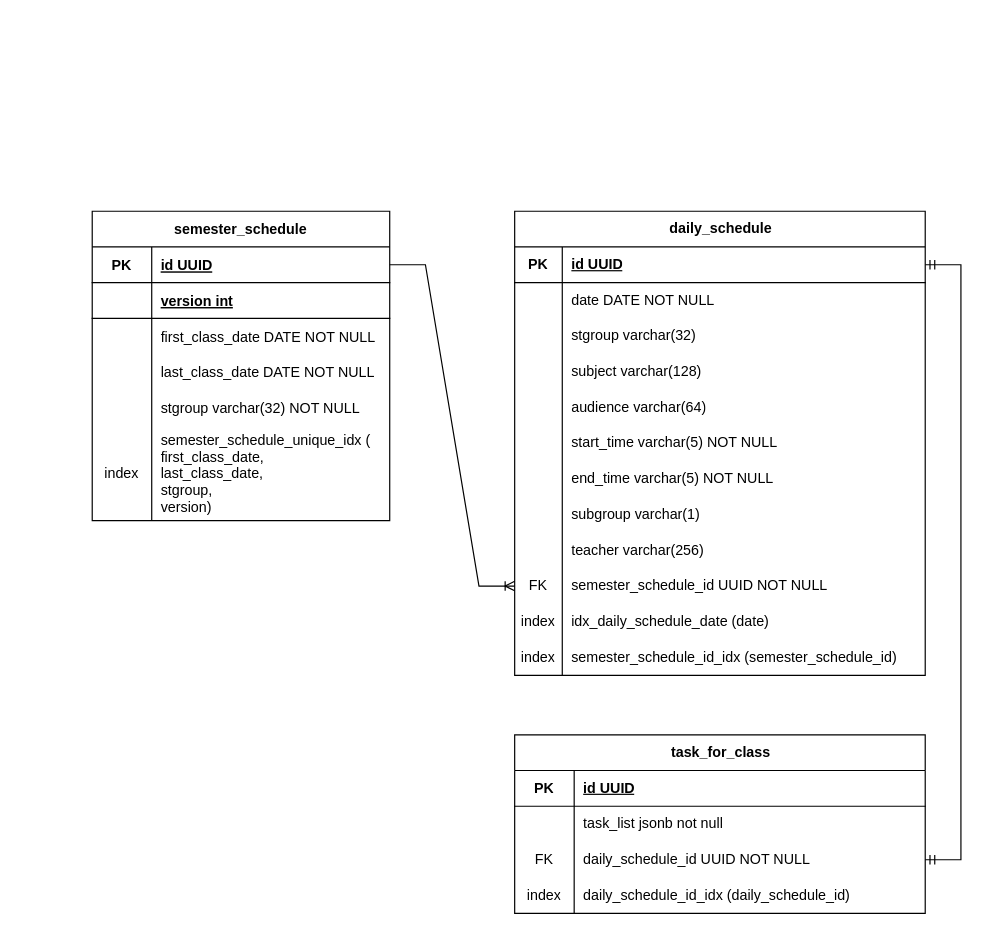
The draw.io diagram page "Процесс - Расписание" (1 of 6) of authorization-service/Схема БД.drawio in Manysleeplover/rate-please-stankin, before the edit. Source tidied: cells renumbered, new cells numbered last; positions are measured from the earlier drawing's top-left corner, leaving out a move shared by most shapes. Both pictures are drawn from the tidied source at 119%, with x=0, y=0 at pixel (92, 211).
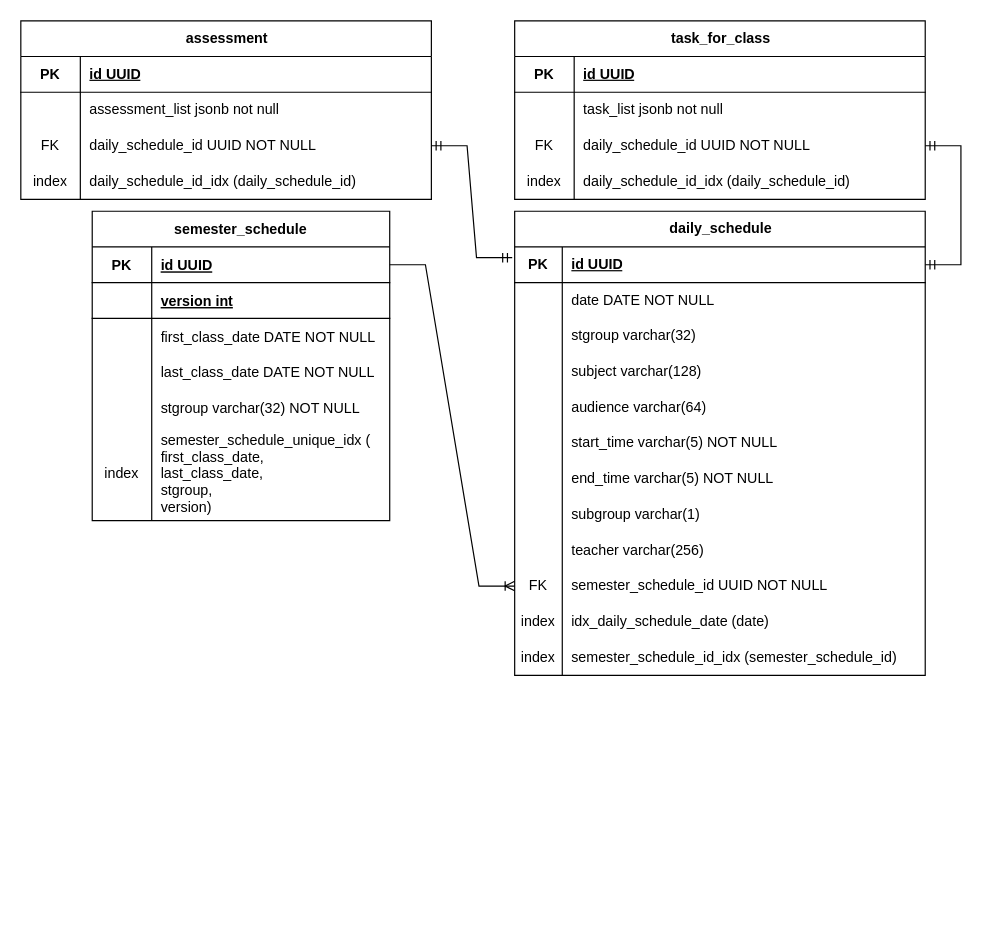
The same page after the edit.

Unchanged cells that the change refers to:
```xml
<mxCell id="22" style="shape=tableRow;horizontal=0;startSize=0;swimlaneHead=0;swimlaneBody=0;fillColor=none;points=[[0,0.5],[1,0.5]];portConstraint=eastwest;top=0;left=0;right=0;bottom=1;" parent="21" vertex="1">
  <mxGeometry y="30" width="345" height="30" as="geometry" />
</mxCell>
```

Diff of the diagram source:
```diff
@@
     <mxCell id="59" value="task_for_class" style="shape=table;startSize=30;childLayout=tableLayout;rowLines=0;fontStyle=1;align=center;html=1;" parent="1" vertex="1">
-      <mxGeometry x="355" y="440" width="345" height="150" as="geometry" />
+      <mxGeometry x="355" y="-160" width="345" height="150" as="geometry" />
     </mxCell>
@@
+    <mxCell id="73" style="edgeStyle=entityRelationEdgeStyle;fontSize=12;html=1;endArrow=ERmandOne;startArrow=ERmandOne;rounded=0;exitX=1;exitY=0.5;exitDx=0;exitDy=0;entryX=-0.006;entryY=0.3;entryDx=0;entryDy=0;entryPerimeter=0;" parent="1" edge="1" source="81" target="22">
+      <mxGeometry relative="1" as="geometry">
+        <Array as="points">
+          <mxPoint x="784" y="285" />
+        </Array>
+      </mxGeometry>
+    </mxCell>
+    <mxCell id="74" value="assessment" style="shape=table;startSize=30;childLayout=tableLayout;rowLines=0;fontStyle=1;align=center;html=1;" parent="1" vertex="1">
+      <mxGeometry x="-60" y="-160" width="345" height="150" as="geometry" />
+    </mxCell>
+    <mxCell id="75" style="shape=tableRow;horizontal=0;startSize=0;swimlaneHead=0;swimlaneBody=0;fillColor=none;top=0;left=0;right=0;bottom=1;" parent="74" vertex="1">
+      <mxGeometry y="30" width="345" height="30" as="geometry" />
+    </mxCell>
+    <mxCell id="76" value="PK" style="shape=partialRectangle;fillColor=none;top=0;left=0;bottom=0;right=0;fontStyle=1;overflow=hidden;whiteSpace=wrap;html=1;" parent="75" vertex="1">
+      <mxGeometry width="50" height="30" as="geometry" />
+    </mxCell>
+    <mxCell id="77" value="id UUID" style="shape=partialRectangle;fillColor=none;top=0;left=0;bottom=0;right=0;align=left;spacingLeft=6;fontStyle=5;overflow=hidden;whiteSpace=wrap;html=1;" parent="75" vertex="1">
+      <mxGeometry x="50" width="295" height="30" as="geometry" />
+    </mxCell>
+    <mxCell id="78" style="shape=tableRow;horizontal=0;startSize=0;swimlaneHead=0;swimlaneBody=0;fillColor=none;top=0;left=0;right=0;bottom=0;" parent="74" vertex="1">
+      <mxGeometry y="60" width="345" height="30" as="geometry" />
+    </mxCell>
+    <mxCell id="79" style="shape=partialRectangle;fillColor=none;top=0;left=0;bottom=0;right=0;overflow=hidden;whiteSpace=wrap;html=1;" parent="78" vertex="1">
+      <mxGeometry width="50" height="30" as="geometry" />
+    </mxCell>
+    <mxCell id="80" value="assessment_list jsonb not null" style="shape=partialRectangle;fillColor=none;top=0;left=0;bottom=0;right=0;align=left;spacingLeft=6;overflow=hidden;whiteSpace=wrap;html=1;" parent="78" vertex="1">
+      <mxGeometry x="50" width="295" height="30" as="geometry" />
+    </mxCell>
+    <mxCell id="81" style="shape=tableRow;horizontal=0;startSize=0;swimlaneHead=0;swimlaneBody=0;fillColor=none;points=[[0,0.5],[1,0.5]];portConstraint=eastwest;top=0;left=0;right=0;bottom=0;" parent="74" vertex="1">
+      <mxGeometry y="90" width="345" height="30" as="geometry" />
+    </mxCell>
+    <mxCell id="82" value="FK" style="shape=partialRectangle;fillColor=none;top=0;left=0;bottom=0;right=0;overflow=hidden;whiteSpace=wrap;html=1;" parent="81" vertex="1">
+      <mxGeometry width="50" height="30" as="geometry" />
+    </mxCell>
+    <mxCell id="83" value="daily_schedule_id UUID NOT NULL" style="shape=partialRectangle;fillColor=none;top=0;left=0;bottom=0;right=0;align=left;spacingLeft=6;overflow=hidden;whiteSpace=wrap;html=1;" parent="81" vertex="1">
+      <mxGeometry x="50" width="295" height="30" as="geometry" />
+    </mxCell>
+    <mxCell id="84" style="shape=tableRow;horizontal=0;startSize=0;swimlaneHead=0;swimlaneBody=0;fillColor=none;top=0;left=0;right=0;bottom=0;" parent="74" vertex="1">
+      <mxGeometry y="120" width="345" height="30" as="geometry" />
+    </mxCell>
+    <mxCell id="85" value="index" style="shape=partialRectangle;fillColor=none;top=0;left=0;bottom=0;right=0;overflow=hidden;whiteSpace=wrap;html=1;" parent="84" vertex="1">
+      <mxGeometry width="50" height="30" as="geometry" />
+    </mxCell>
+    <mxCell id="86" value="daily_schedule_id_idx (daily_schedule_id)" style="shape=partialRectangle;fillColor=none;top=0;left=0;bottom=0;right=0;align=left;spacingLeft=6;overflow=hidden;whiteSpace=wrap;html=1;" parent="84" vertex="1">
+      <mxGeometry x="50" width="295" height="30" as="geometry" />
+    </mxCell>
```
